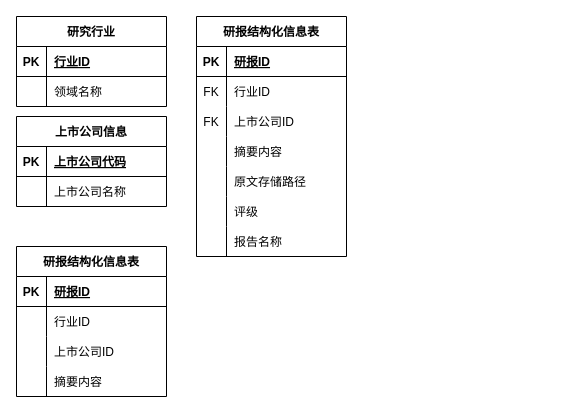
JJFatherL/biyesheji keeps this draw.io diagram as tupian/Silver层表结构设计.drawio. Above is the earlier version. Source tidied: cells renumbered, new cells numbered last; positions are measured from the earlier drawing's top-left corner, leaving out a move shared by most shapes. Both pictures are drawn from the tidied source at 100%, with x=0, y=0 at pixel (16, 16).
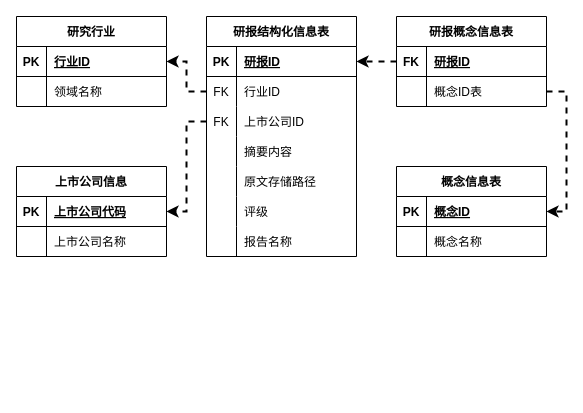
The same page after the edit.

Commit message (it also covers changes not shown here):
更新Silver层表结构设计.drawio

Unchanged cells that the change refers to:
```xml
<mxCell id="3" style="shape=partialRectangle;fillColor=none;top=0;left=0;bottom=1;right=0;points=[[0,0.5],[1,0.5]];portConstraint=eastwest;" parent="2" vertex="1">
  <mxGeometry y="30" width="150" height="30" as="geometry" />
</mxCell>
<mxCell id="11" style="shape=partialRectangle;fillColor=none;top=0;left=0;bottom=1;right=0;points=[[0,0.5],[1,0.5]];portConstraint=eastwest;" parent="10" vertex="1">
  <mxGeometry y="30" width="150" height="30" as="geometry" />
</mxCell>
<mxCell id="20" style="shape=partialRectangle;fillColor=none;top=0;left=0;bottom=1;right=0;points=[[0,0.5],[1,0.5]];portConstraint=eastwest;" parent="19" vertex="1">
  <mxGeometry y="30" width="150" height="30" as="geometry" />
</mxCell>
<mxCell id="23" style="shape=partialRectangle;fillColor=none;top=0;left=0;bottom=0;right=0;points=[[0,0.5],[1,0.5]];portConstraint=eastwest;" parent="19" vertex="1">
  <mxGeometry y="60" width="150" height="30" as="geometry" />
</mxCell>
<mxCell id="33" style="shape=partialRectangle;fillColor=none;top=0;left=0;bottom=1;right=0;points=[[0,0.5],[1,0.5]];portConstraint=eastwest;" parent="32" vertex="1">
  <mxGeometry y="30" width="150" height="30" as="geometry" />
</mxCell>
<mxCell id="36" style="shape=partialRectangle;fillColor=none;top=0;left=0;bottom=0;right=0;points=[[0,0.5],[1,0.5]];portConstraint=eastwest;" parent="32" vertex="1">
  <mxGeometry y="60" width="150" height="30" as="geometry" />
</mxCell>
<mxCell id="39" style="shape=partialRectangle;fillColor=none;top=0;left=0;bottom=0;right=0;points=[[0,0.5],[1,0.5]];portConstraint=eastwest;" parent="32" vertex="1">
  <mxGeometry y="90" width="150" height="30" as="geometry" />
</mxCell>
```

Change to the diagram source:
```diff
@@
     <mxCell id="9" style="group;" parent="1" vertex="1">
-      <mxGeometry y="100" width="160" height="100" as="geometry" />
+      <mxGeometry y="150" width="160" height="100" as="geometry" />
     </mxCell>
@@
-    <mxCell id="19" value="研报结构化信息表" style="shape=table;startSize=30;childLayout=tableLayout;rowLines=0;fontStyle=1;align=center;" parent="1" vertex="1">
-      <mxGeometry y="230" width="150" height="150" as="geometry" />
+    <mxCell id="19" value="研报概念信息表" style="shape=table;startSize=30;childLayout=tableLayout;rowLines=0;fontStyle=1;align=center;" parent="1" vertex="1">
+      <mxGeometry x="380" width="150" height="90" as="geometry" />
     </mxCell>
@@
-    <mxCell id="21" value="PK" style="shape=partialRectangle;fillColor=none;top=0;left=0;bottom=0;right=0;fontStyle=1;overflow=hidden;" parent="20" vertex="1">
+    <mxCell id="21" value="FK" style="shape=partialRectangle;fillColor=none;top=0;left=0;bottom=0;right=0;fontStyle=1;overflow=hidden;" parent="20" vertex="1">
       <mxGeometry width="30" height="30" as="geometry" />
     </mxCell>
@@
-    <mxCell id="25" value="行业ID" style="shape=partialRectangle;fillColor=none;top=0;left=0;bottom=0;right=0;align=left;spacingLeft=6;overflow=hidden;" parent="23" vertex="1">
+    <mxCell id="25" value="概念ID表" style="shape=partialRectangle;fillColor=none;top=0;left=0;bottom=0;right=0;align=left;spacingLeft=6;overflow=hidden;" parent="23" vertex="1">
       <mxGeometry x="30" width="120" height="30" as="geometry" />
     </mxCell>
-    <mxCell id="26" style="shape=partialRectangle;fillColor=none;top=0;left=0;bottom=0;right=0;" parent="19" vertex="1">
-      <mxGeometry y="90" width="150" height="30" as="geometry" />
-    </mxCell>
-    <mxCell id="27" style="shape=partialRectangle;fillColor=none;top=0;left=0;bottom=0;right=0;overflow=hidden;" parent="26" vertex="1">
-      <mxGeometry width="30" height="30" as="geometry" />
-    </mxCell>
-    <mxCell id="28" value="上市公司ID" style="shape=partialRectangle;fillColor=none;top=0;left=0;bottom=0;right=0;align=left;spacingLeft=6;overflow=hidden;" parent="26" vertex="1">
-      <mxGeometry x="30" width="120" height="30" as="geometry" />
-    </mxCell>
-    <mxCell id="29" style="shape=partialRectangle;fillColor=none;top=0;left=0;bottom=0;right=0;" parent="19" vertex="1">
-      <mxGeometry y="120" width="150" height="30" as="geometry" />
-    </mxCell>
-    <mxCell id="30" style="shape=partialRectangle;fillColor=none;top=0;left=0;bottom=0;right=0;overflow=hidden;" parent="29" vertex="1">
-      <mxGeometry width="30" height="30" as="geometry" />
-    </mxCell>
-    <mxCell id="31" value="摘要内容" style="shape=partialRectangle;fillColor=none;top=0;left=0;bottom=0;right=0;align=left;spacingLeft=6;overflow=hidden;" parent="29" vertex="1">
-      <mxGeometry x="30" width="120" height="30" as="geometry" />
-    </mxCell>
     <mxCell id="32" value="研报结构化信息表" style="shape=table;startSize=30;childLayout=tableLayout;rowLines=0;fontStyle=1;align=center;" parent="1" vertex="1">
-      <mxGeometry x="180" width="150" height="240" as="geometry" />
+      <mxGeometry x="190" width="150" height="240" as="geometry" />
     </mxCell>
@@
+    <mxCell id="54" value="概念信息表" style="shape=table;startSize=30;childLayout=tableLayout;rowLines=0;fontStyle=1;align=center;" parent="1" vertex="1">
+      <mxGeometry x="380" y="150" width="150" height="90" as="geometry" />
+    </mxCell>
+    <mxCell id="55" style="shape=partialRectangle;fillColor=none;top=0;left=0;bottom=1;right=0;points=[[0,0.5],[1,0.5]];portConstraint=eastwest;" parent="54" vertex="1">
+      <mxGeometry y="30" width="150" height="30" as="geometry" />
+    </mxCell>
+    <mxCell id="56" value="PK" style="shape=partialRectangle;fillColor=none;top=0;left=0;bottom=0;right=0;fontStyle=1;overflow=hidden;" parent="55" vertex="1">
+      <mxGeometry width="30" height="30" as="geometry" />
+    </mxCell>
+    <mxCell id="57" value="概念ID" style="shape=partialRectangle;fillColor=none;top=0;left=0;bottom=0;right=0;align=left;spacingLeft=6;fontStyle=5;overflow=hidden;" parent="55" vertex="1">
+      <mxGeometry x="30" width="120" height="30" as="geometry" />
+    </mxCell>
+    <mxCell id="58" style="shape=partialRectangle;fillColor=none;top=0;left=0;bottom=0;right=0;" parent="54" vertex="1">
+      <mxGeometry y="60" width="150" height="30" as="geometry" />
+    </mxCell>
+    <mxCell id="59" style="shape=partialRectangle;fillColor=none;top=0;left=0;bottom=0;right=0;overflow=hidden;" parent="58" vertex="1">
+      <mxGeometry width="30" height="30" as="geometry" />
+    </mxCell>
+    <mxCell id="60" value="概念名称" style="shape=partialRectangle;fillColor=none;top=0;left=0;bottom=0;right=0;align=left;spacingLeft=6;overflow=hidden;" parent="58" vertex="1">
+      <mxGeometry x="30" width="120" height="30" as="geometry" />
+    </mxCell>
+    <mxCell id="61" style="edgeStyle=orthogonalEdgeStyle;rounded=0;jettySize=auto;html=1;exitX=1;exitY=0.5;exitDx=0;exitDy=0;entryX=1;entryY=0.5;entryDx=0;entryDy=0;dashed=1;fontSize=14;endArrow=classic;endFill=1;strokeWidth=2;" parent="1" edge="1" source="23" target="55">
+      <mxGeometry relative="1" as="geometry" />
+    </mxCell>
+    <mxCell id="62" style="edgeStyle=orthogonalEdgeStyle;rounded=0;jettySize=auto;html=1;exitX=0;exitY=0.5;exitDx=0;exitDy=0;entryX=1;entryY=0.5;entryDx=0;entryDy=0;dashed=1;fontSize=14;endArrow=classic;endFill=1;strokeWidth=2;" parent="1" edge="1" source="20" target="33">
+      <mxGeometry relative="1" as="geometry" />
+    </mxCell>
+    <mxCell id="63" style="edgeStyle=orthogonalEdgeStyle;rounded=0;jettySize=auto;html=1;exitX=0;exitY=0.5;exitDx=0;exitDy=0;entryX=1;entryY=0.5;entryDx=0;entryDy=0;dashed=1;fontSize=14;endArrow=classic;endFill=1;strokeWidth=2;" parent="1" edge="1" source="36" target="3">
+      <mxGeometry relative="1" as="geometry" />
+    </mxCell>
+    <mxCell id="64" style="edgeStyle=orthogonalEdgeStyle;rounded=0;jettySize=auto;html=1;exitX=0;exitY=0.5;exitDx=0;exitDy=0;entryX=1;entryY=0.5;entryDx=0;entryDy=0;dashed=1;fontSize=14;endArrow=classic;endFill=1;strokeWidth=2;" parent="1" edge="1" source="39" target="11">
+      <mxGeometry relative="1" as="geometry" />
+    </mxCell>
```
